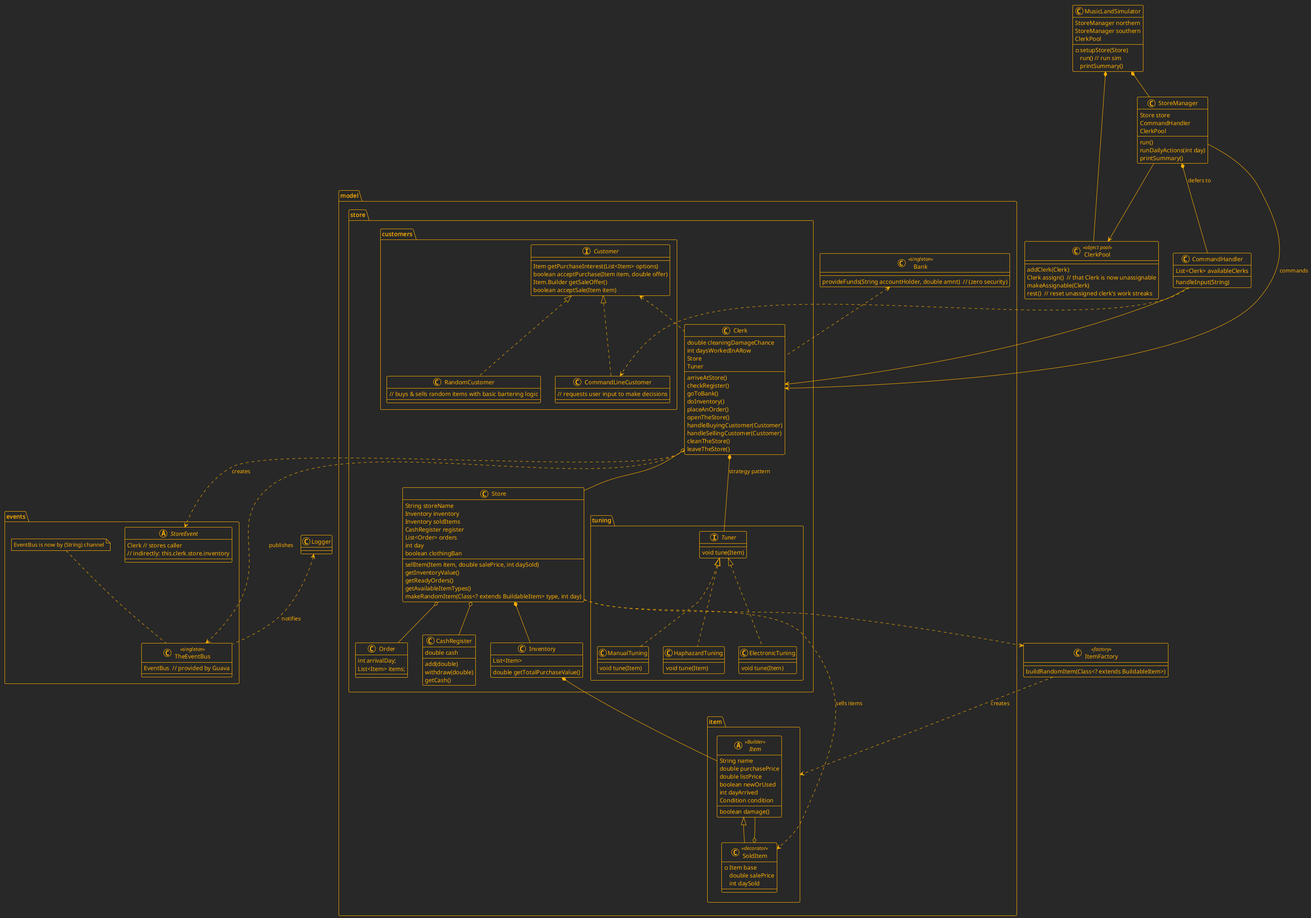
The PlantUML diagram src/main/java/ooad/project4/assets/overallDesignUML.png in simondoesstuff/ooad-2025, before a commit.
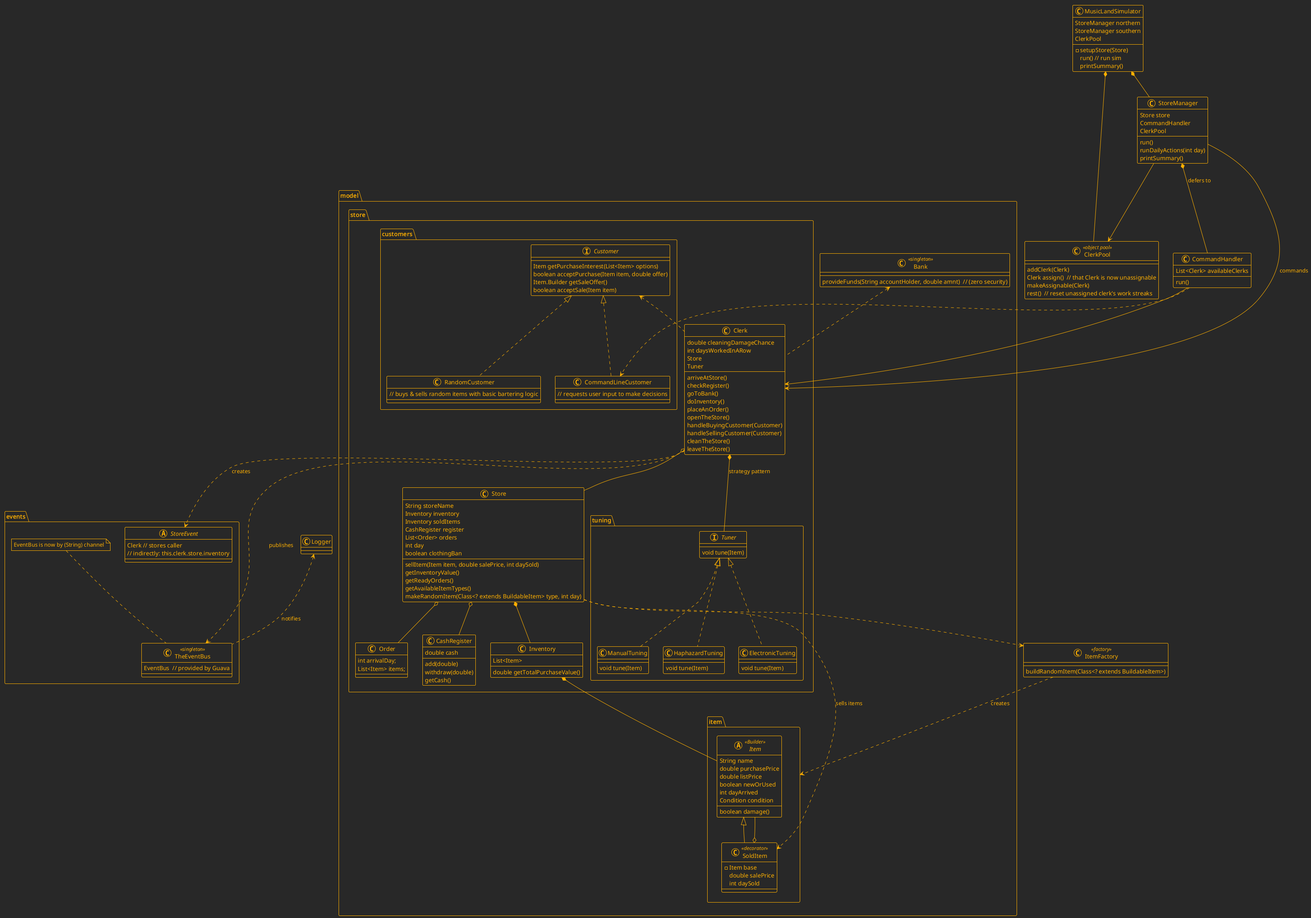
Later version of the same file.

Diff of the diagram source:
```diff
@@ -165,7 +165,7 @@
 
 class CommandHandler {
   List<Clerk> availableClerks
-  handleInput(String)
+  run()
 }
 
 class ClerkPool <<object pool>> {
```
